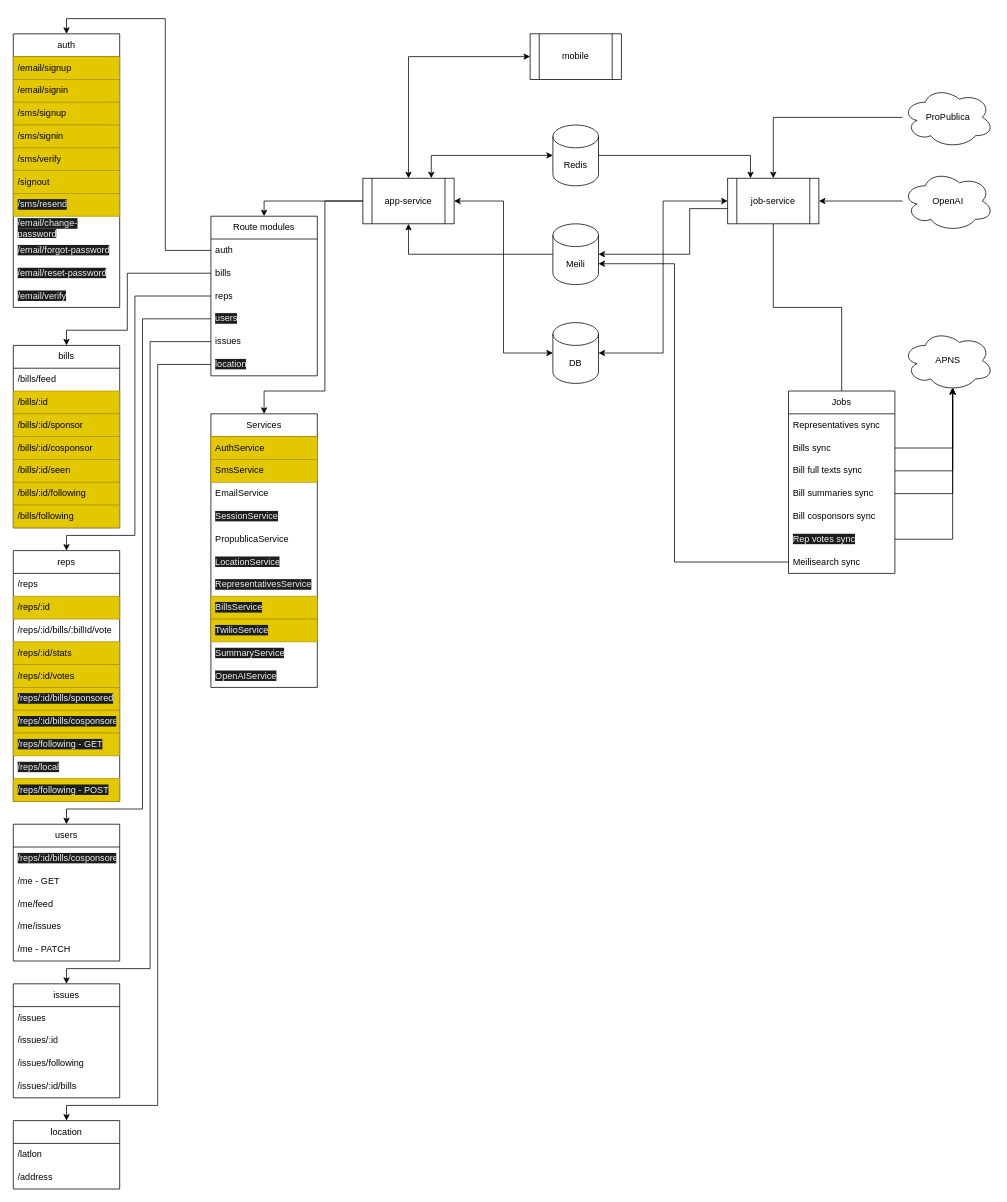
The draw.io diagram architecture/Architecture.drawio in Breakdown/breakdown-services, before the edit. Source tidied: cells renumbered, new cells numbered last; positions are measured from the earlier drawing's top-left corner, leaving out a move shared by most shapes. Both pictures are drawn from the tidied source at 76%, with x=0, y=0 at pixel (13, 33).
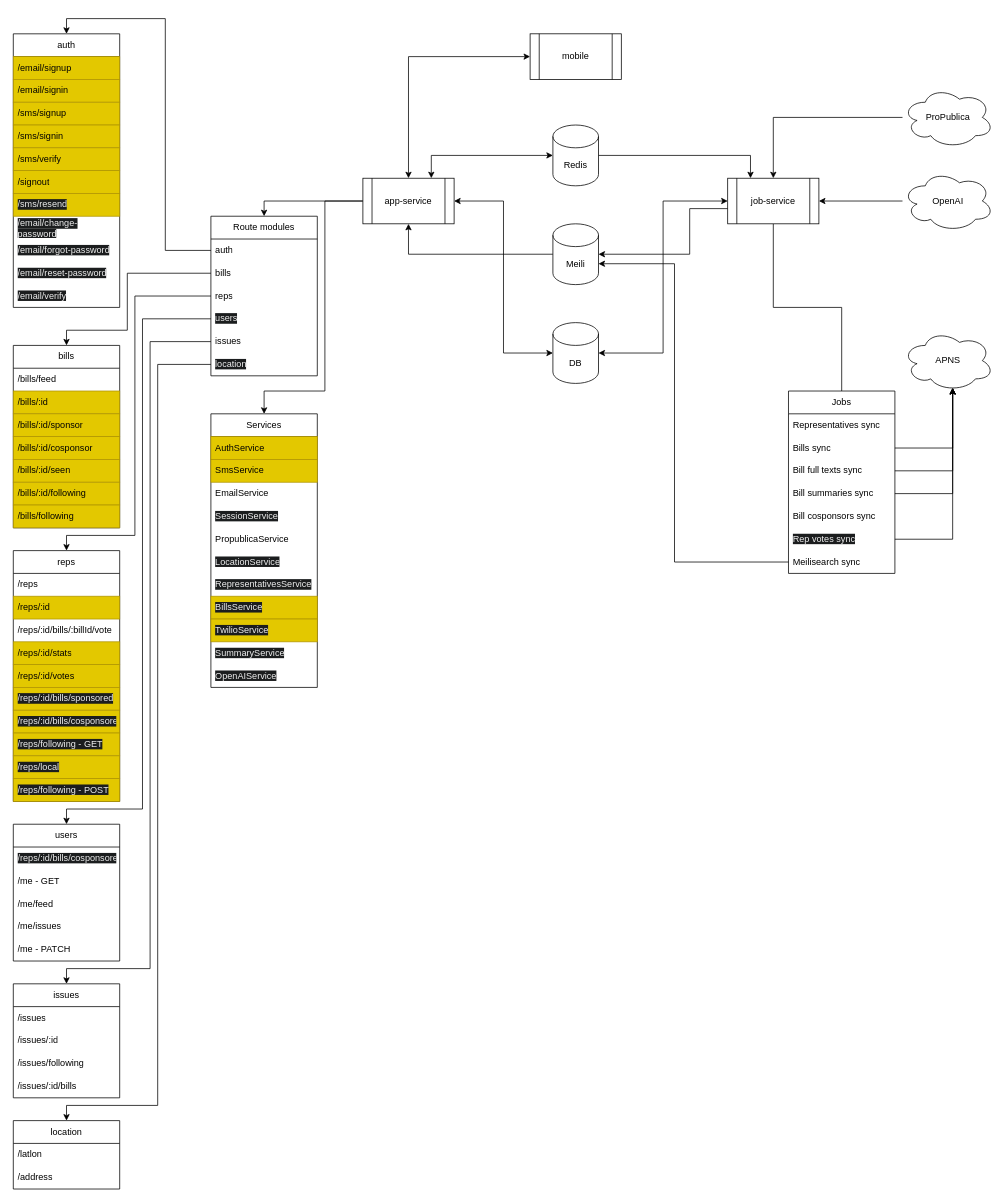
After the change.

The change refers to these unchanged cells:
```xml
<mxCell id="70" value="reps" style="swimlane;fontStyle=0;horizontal=1;startSize=30;whiteSpace=wrap;html=1;" parent="1" vertex="1">
  <mxGeometry y="680" width="140" height="330" as="geometry" />
</mxCell>
```

Change to the diagram source:
```diff
@@
-    <mxCell id="79" value="&lt;span style=&quot;color: rgb(240, 240, 240); font-family: Helvetica; font-size: 12px; font-style: normal; font-variant-ligatures: normal; font-variant-caps: normal; font-weight: 400; letter-spacing: normal; orphans: 2; text-align: left; text-indent: 0px; text-transform: none; widows: 2; word-spacing: 0px; -webkit-text-stroke-width: 0px; background-color: rgb(27, 29, 30); text-decoration-thickness: initial; text-decoration-style: initial; text-decoration-color: initial; float: none; display: inline !important;&quot;&gt;/reps/local&lt;/span&gt;" style="text;strokeColor=none;fillColor=none;align=left;verticalAlign=middle;spacingLeft=4;spacingRight=4;overflow=hidden;whiteSpace=wrap;html=1;" parent="70" vertex="1">
+    <mxCell id="79" value="&lt;span style=&quot;color: rgb(240, 240, 240); font-family: Helvetica; font-size: 12px; font-style: normal; font-variant-ligatures: normal; font-variant-caps: normal; font-weight: 400; letter-spacing: normal; orphans: 2; text-align: left; text-indent: 0px; text-transform: none; widows: 2; word-spacing: 0px; -webkit-text-stroke-width: 0px; background-color: rgb(27, 29, 30); text-decoration-thickness: initial; text-decoration-style: initial; text-decoration-color: initial; float: none; display: inline !important;&quot;&gt;/reps/local&lt;/span&gt;" style="text;strokeColor=#B09500;fillColor=#e3c800;align=left;verticalAlign=middle;spacingLeft=4;spacingRight=4;overflow=hidden;whiteSpace=wrap;html=1;fontColor=#000000;" parent="70" vertex="1">
       <mxGeometry y="270" width="140" height="30" as="geometry" />
     </mxCell>
```
